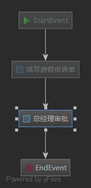
Earlier version of the BPMN export src/main/resources/activiti/holiday.png (cheweiyuan/activiti). Its source is kept beside it as src/main/resources/activiti/holiday.bpmn. Ids are renumbered. Its diagram source:
```xml
<definitions xmlns="http://www.omg.org/spec/BPMN/20100524/MODEL" xmlns:activiti="http://activiti.org/bpmn" xmlns:bpmndi="http://www.omg.org/spec/BPMN/20100524/DI" xmlns:omgdc="http://www.omg.org/spec/DD/20100524/DC" xmlns:omgdi="http://www.omg.org/spec/DD/20100524/DI" xmlns:tns="http://www.activiti.org/test" xmlns:xsd="http://www.w3.org/2001/XMLSchema" xmlns:xsi="http://www.w3.org/2001/XMLSchema-instance" expressionLanguage="http://www.w3.org/1999/XPath" id="m1540200341676" name="" targetNamespace="http://www.activiti.org/test" typeLanguage="http://www.w3.org/2001/XMLSchema">
  <process id="holiday" isClosed="false" isExecutable="true" name="请假流程" processType="None">
    <startEvent id="_2" name="StartEvent"/>
    <userTask activiti:assignee="zhangsan" activiti:exclusive="true" id="_3" name="填写请假申请单"/>
    <userTask activiti:assignee="wangwu" activiti:exclusive="true" id="_5" name="总经理审批"/>
    <endEvent id="_6" name="EndEvent"/>
    <sequenceFlow id="_7" sourceRef="_2" targetRef="_3"/>
    <sequenceFlow id="_10" sourceRef="_5" targetRef="_6"/>
    <sequenceFlow id="_11" sourceRef="_3" targetRef="_5"/>
  </process>
  <bpmndi:BPMNDiagram documentation="background=#FFFFFF;count=1;horizontalcount=1;orientation=0;width=842.4;height=1195.2;imageableWidth=832.4;imageableHeight=1185.2;imageableX=5.0;imageableY=5.0" id="Diagram-_1" name="New Diagram">
    <bpmndi:BPMNPlane bpmnElement="holiday">
      <bpmndi:BPMNShape bpmnElement="_2" id="Shape-_2">
        <omgdc:Bounds height="32.0" width="32.0" x="280.0" y="45.0"/>
        <bpmndi:BPMNLabel>
          <omgdc:Bounds height="32.0" width="32.0" x="0.0" y="0.0"/>
        </bpmndi:BPMNLabel>
      </bpmndi:BPMNShape>
      <bpmndi:BPMNShape bpmnElement="_3" id="Shape-_3">
        <omgdc:Bounds height="55.0" width="85.0" x="255.0" y="140.0"/>
        <bpmndi:BPMNLabel>
          <omgdc:Bounds height="55.0" width="85.0" x="0.0" y="0.0"/>
        </bpmndi:BPMNLabel>
      </bpmndi:BPMNShape>
      <bpmndi:BPMNShape bpmnElement="_5" id="Shape-_5">
        <omgdc:Bounds height="55.0" width="85.0" x="250.0" y="245.0"/>
        <bpmndi:BPMNLabel>
          <omgdc:Bounds height="55.0" width="85.0" x="0.0" y="0.0"/>
        </bpmndi:BPMNLabel>
      </bpmndi:BPMNShape>
      <bpmndi:BPMNShape bpmnElement="_6" id="Shape-_6">
        <omgdc:Bounds height="32.0" width="32.0" x="275.0" y="360.0"/>
        <bpmndi:BPMNLabel>
          <omgdc:Bounds height="32.0" width="32.0" x="0.0" y="0.0"/>
        </bpmndi:BPMNLabel>
      </bpmndi:BPMNShape>
      <bpmndi:BPMNEdge bpmnElement="_7" id="BPMNEdge__7" sourceElement="_2" targetElement="_3">
        <omgdi:waypoint x="296.0" y="77.0"/>
        <omgdi:waypoint x="296.0" y="140.0"/>
        <bpmndi:BPMNLabel>
          <omgdc:Bounds height="0.0" width="0.0" x="0.0" y="0.0"/>
        </bpmndi:BPMNLabel>
      </bpmndi:BPMNEdge>
      <bpmndi:BPMNEdge bpmnElement="_11" id="BPMNEdge__11" sourceElement="_3" targetElement="_5">
        <omgdi:waypoint x="295.0" y="195.0"/>
        <omgdi:waypoint x="295.0" y="245.0"/>
        <bpmndi:BPMNLabel>
          <omgdc:Bounds height="0.0" width="0.0" x="0.0" y="0.0"/>
        </bpmndi:BPMNLabel>
      </bpmndi:BPMNEdge>
      <bpmndi:BPMNEdge bpmnElement="_10" id="BPMNEdge__10" sourceElement="_5" targetElement="_6">
        <omgdi:waypoint x="291.0" y="300.0"/>
        <omgdi:waypoint x="291.0" y="360.0"/>
        <bpmndi:BPMNLabel>
          <omgdc:Bounds height="0.0" width="0.0" x="0.0" y="0.0"/>
        </bpmndi:BPMNLabel>
      </bpmndi:BPMNEdge>
    </bpmndi:BPMNPlane>
  </bpmndi:BPMNDiagram>
</definitions>
```
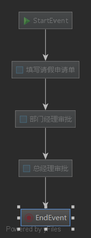
The same diagram one commit later.

Change to the diagram source:
```diff
@@ -2,55 +2,70 @@
   <process id="holiday" isClosed="false" isExecutable="true" name="请假流程" processType="None">
     <startEvent id="_2" name="StartEvent"/>
     <userTask activiti:assignee="zhangsan" activiti:exclusive="true" id="_3" name="填写请假申请单"/>
-    <userTask activiti:assignee="wangwu" activiti:exclusive="true" id="_5" name="总经理审批"/>
+    <userTask activiti:assignee="wangwu" activiti:exclusive="true" id="_5" name="部门经理审批"/>
     <endEvent id="_6" name="EndEvent"/>
     <sequenceFlow id="_7" sourceRef="_2" targetRef="_3"/>
-    <sequenceFlow id="_10" sourceRef="_5" targetRef="_6"/>
     <sequenceFlow id="_11" sourceRef="_3" targetRef="_5"/>
+    <userTask activiti:assignee="王五" activiti:exclusive="true" id="_8" name="总经理审批"/>
+    <sequenceFlow id="_9" sourceRef="_5" targetRef="_8"/>
+    <sequenceFlow id="_10" sourceRef="_8" targetRef="_6"/>
   </process>
   <bpmndi:BPMNDiagram documentation="background=#FFFFFF;count=1;horizontalcount=1;orientation=0;width=842.4;height=1195.2;imageableWidth=832.4;imageableHeight=1185.2;imageableX=5.0;imageableY=5.0" id="Diagram-_1" name="New Diagram">
     <bpmndi:BPMNPlane bpmnElement="holiday">
       <bpmndi:BPMNShape bpmnElement="_2" id="Shape-_2">
-        <omgdc:Bounds height="32.0" width="32.0" x="280.0" y="45.0"/>
+        <omgdc:Bounds height="32.0" width="32.0" x="420.0" y="45.0"/>
         <bpmndi:BPMNLabel>
           <omgdc:Bounds height="32.0" width="32.0" x="0.0" y="0.0"/>
         </bpmndi:BPMNLabel>
       </bpmndi:BPMNShape>
       <bpmndi:BPMNShape bpmnElement="_3" id="Shape-_3">
-        <omgdc:Bounds height="55.0" width="85.0" x="255.0" y="140.0"/>
+        <omgdc:Bounds height="55.0" width="85.0" x="395.0" y="140.0"/>
         <bpmndi:BPMNLabel>
           <omgdc:Bounds height="55.0" width="85.0" x="0.0" y="0.0"/>
         </bpmndi:BPMNLabel>
       </bpmndi:BPMNShape>
       <bpmndi:BPMNShape bpmnElement="_5" id="Shape-_5">
-        <omgdc:Bounds height="55.0" width="85.0" x="250.0" y="245.0"/>
+        <omgdc:Bounds height="55.0" width="85.0" x="390.0" y="245.0"/>
         <bpmndi:BPMNLabel>
           <omgdc:Bounds height="55.0" width="85.0" x="0.0" y="0.0"/>
         </bpmndi:BPMNLabel>
       </bpmndi:BPMNShape>
       <bpmndi:BPMNShape bpmnElement="_6" id="Shape-_6">
-        <omgdc:Bounds height="32.0" width="32.0" x="275.0" y="360.0"/>
+        <omgdc:Bounds height="32.0" width="32.0" x="415.0" y="425.0"/>
         <bpmndi:BPMNLabel>
           <omgdc:Bounds height="32.0" width="32.0" x="0.0" y="0.0"/>
         </bpmndi:BPMNLabel>
       </bpmndi:BPMNShape>
+      <bpmndi:BPMNShape bpmnElement="_8" id="Shape-_8">
+        <omgdc:Bounds height="55.0" width="85.0" x="390.0" y="330.0"/>
+        <bpmndi:BPMNLabel>
+          <omgdc:Bounds height="55.0" width="85.0" x="0.0" y="0.0"/>
+        </bpmndi:BPMNLabel>
+      </bpmndi:BPMNShape>
       <bpmndi:BPMNEdge bpmnElement="_7" id="BPMNEdge__7" sourceElement="_2" targetElement="_3">
-        <omgdi:waypoint x="296.0" y="77.0"/>
-        <omgdi:waypoint x="296.0" y="140.0"/>
+        <omgdi:waypoint x="436.0" y="77.0"/>
+        <omgdi:waypoint x="436.0" y="140.0"/>
+        <bpmndi:BPMNLabel>
+          <omgdc:Bounds height="0.0" width="0.0" x="0.0" y="0.0"/>
+        </bpmndi:BPMNLabel>
+      </bpmndi:BPMNEdge>
+      <bpmndi:BPMNEdge bpmnElement="_9" id="BPMNEdge__9" sourceElement="_5" targetElement="_8">
+        <omgdi:waypoint x="432.5" y="300.0"/>
+        <omgdi:waypoint x="432.5" y="330.0"/>
         <bpmndi:BPMNLabel>
           <omgdc:Bounds height="0.0" width="0.0" x="0.0" y="0.0"/>
         </bpmndi:BPMNLabel>
       </bpmndi:BPMNEdge>
       <bpmndi:BPMNEdge bpmnElement="_11" id="BPMNEdge__11" sourceElement="_3" targetElement="_5">
-        <omgdi:waypoint x="295.0" y="195.0"/>
-        <omgdi:waypoint x="295.0" y="245.0"/>
+        <omgdi:waypoint x="435.0" y="195.0"/>
+        <omgdi:waypoint x="435.0" y="245.0"/>
         <bpmndi:BPMNLabel>
           <omgdc:Bounds height="0.0" width="0.0" x="0.0" y="0.0"/>
         </bpmndi:BPMNLabel>
       </bpmndi:BPMNEdge>
-      <bpmndi:BPMNEdge bpmnElement="_10" id="BPMNEdge__10" sourceElement="_5" targetElement="_6">
-        <omgdi:waypoint x="291.0" y="300.0"/>
-        <omgdi:waypoint x="291.0" y="360.0"/>
+      <bpmndi:BPMNEdge bpmnElement="_10" id="BPMNEdge__10" sourceElement="_8" targetElement="_6">
+        <omgdi:waypoint x="431.0" y="385.0"/>
+        <omgdi:waypoint x="431.0" y="425.0"/>
         <bpmndi:BPMNLabel>
           <omgdc:Bounds height="0.0" width="0.0" x="0.0" y="0.0"/>
         </bpmndi:BPMNLabel>
```
